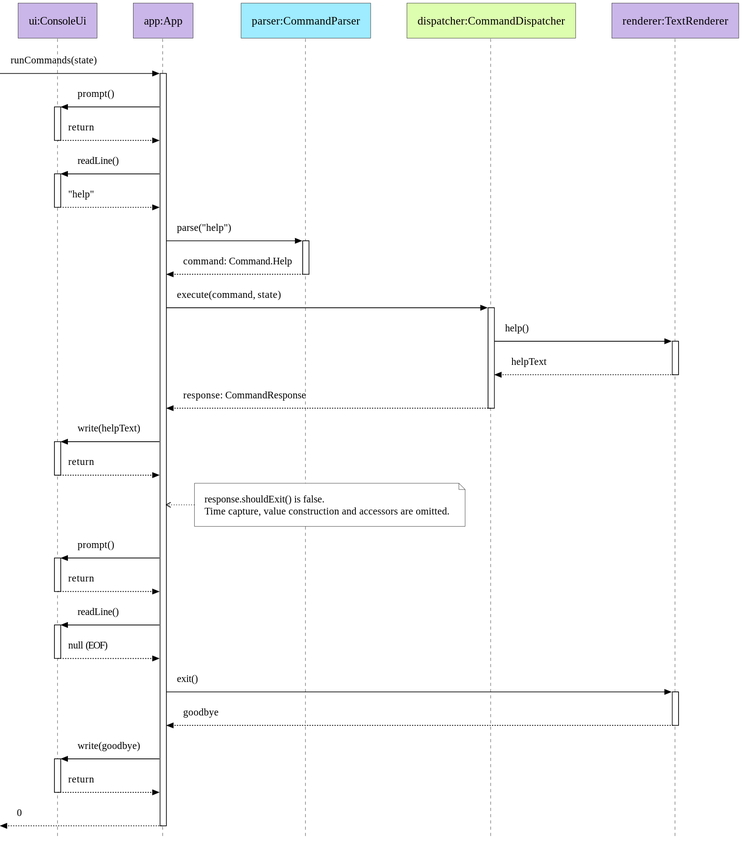
The PlantUML diagram docs/images/ka-how-command-loop.svg in AY2627S1-CS2113-T10-1/tp, before a commit.
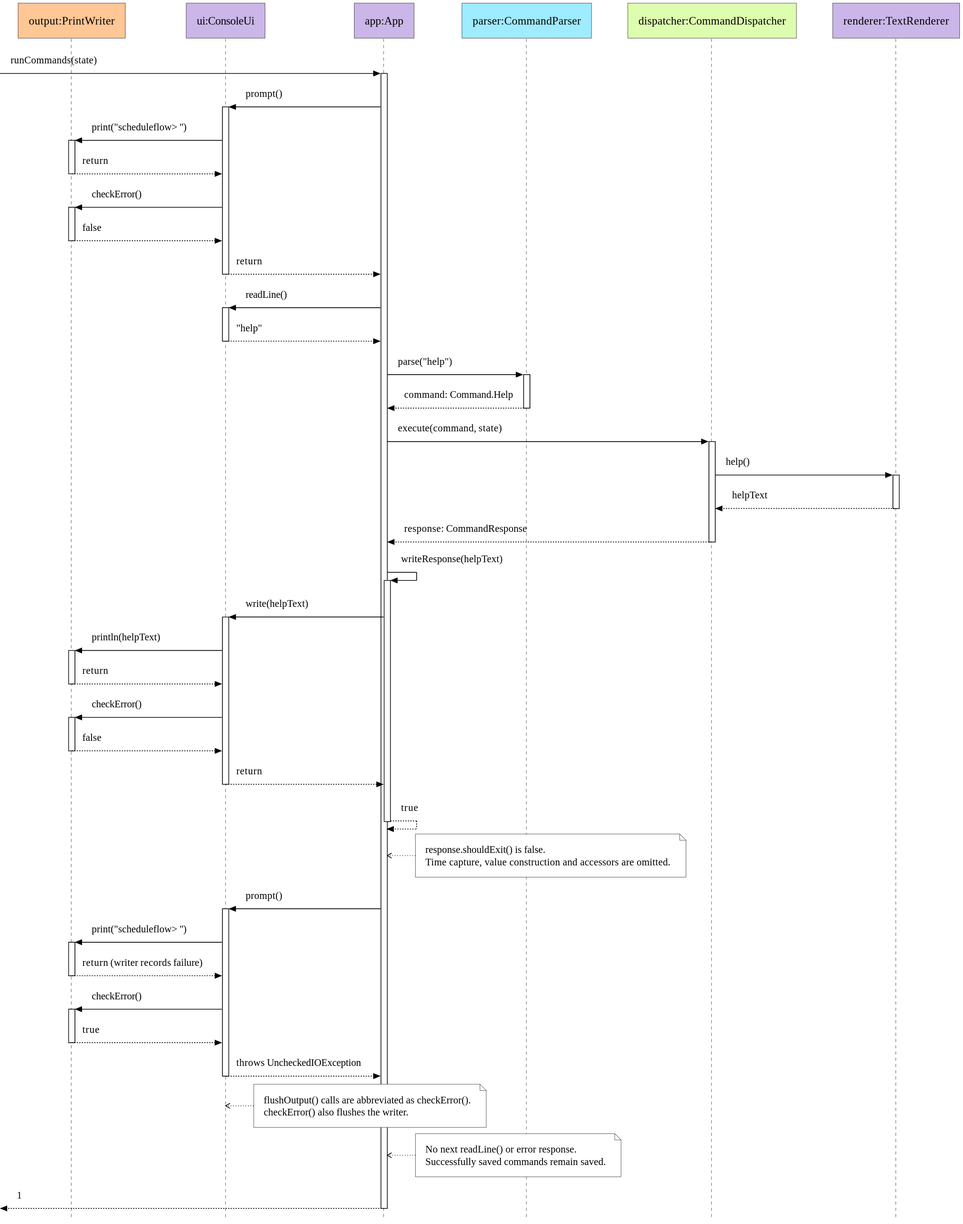
The same file after the commit.

Diff of the diagram source:
```diff
@@ -1,6 +1,7 @@
 @startuml
 !include course-style.puml
 
+participant "output:PrintWriter" as Output VALUES
 participant "ui:ConsoleUi" as UI SHELL
 participant "app:App" as App SHELL
 participant "parser:CommandParser" as Parser PARSING
@@ -9,6 +10,10 @@
 
 [-> App ++ : runCommands(state)
 App -> UI ++ : prompt()
+UI -> Output ++ : print("scheduleflow> ")
+Output --> UI -- : return
+UI -> Output ++ : checkError()
+Output --> UI -- : false
 UI --> App -- : return
 App -> UI ++ : readLine()
 UI --> App -- : "help"
@@ -18,20 +23,32 @@
 Dispatcher -> Renderer ++ : help()
 Renderer --> Dispatcher -- : helpText
 Dispatcher --> App -- : response: CommandResponse
+App -> App ++ : writeResponse(helpText)
 App -> UI ++ : write(helpText)
+UI -> Output ++ : println(helpText)
+Output --> UI -- : return
+UI -> Output ++ : checkError()
+Output --> UI -- : false
 UI --> App -- : return
+App --> App -- : true
 note right of App
   response.shouldExit() is false.
   Time capture, value construction and accessors are omitted.
 end note
 
 App -> UI ++ : prompt()
-UI --> App -- : return
-App -> UI ++ : readLine()
-UI --> App -- : null (EOF)
-App -> Renderer ++ : exit()
-Renderer --> App -- : goodbye
-App -> UI ++ : write(goodbye)
-UI --> App -- : return
-[<-- App -- : 0
+UI -> Output ++ : print("scheduleflow> ")
+Output --> UI -- : return (writer records failure)
+UI -> Output ++ : checkError()
+Output --> UI -- : true
+UI --> App -- : throws UncheckedIOException
+note right of UI
+  flushOutput() calls are abbreviated as checkError().
+  checkError() also flushes the writer.
+end note
+note right of App
+  No next readLine() or error response.
+  Successfully saved commands remain saved.
+end note
+[<-- App -- : 1
 @enduml
```
